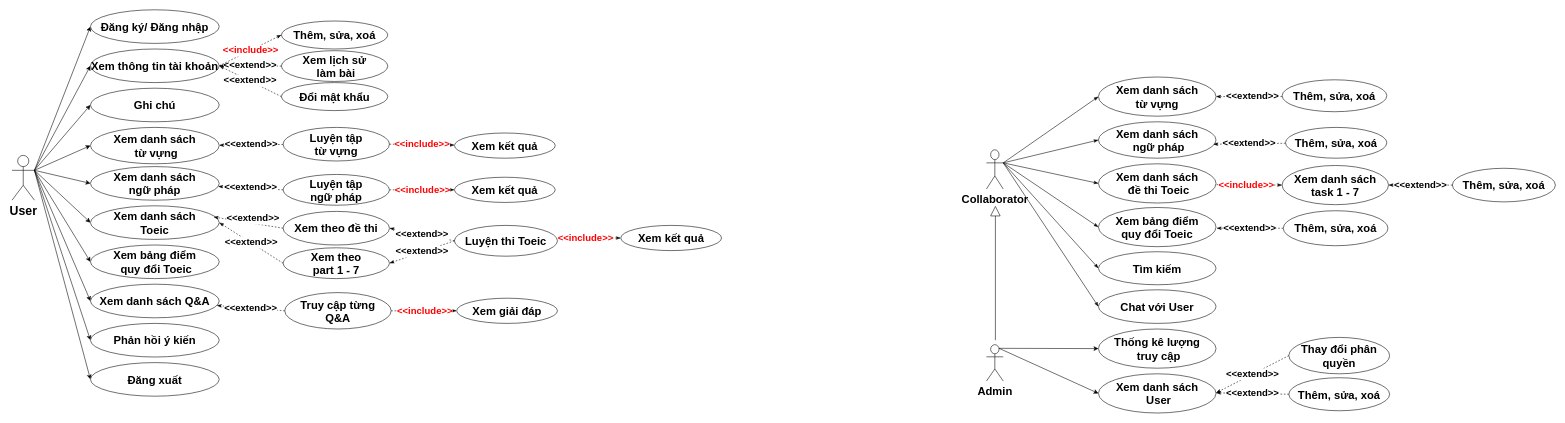
This is page "UCD" (2 of 6) of ToeicTestProjectDiagram.drawio from KimOanh0310/ToeicTestProject, a draw.io file, before an edit. Source tidied: cells renumbered, new cells numbered last; positions are measured from the earlier drawing's top-left corner, leaving out a move shared by most shapes. Both pictures are drawn from the tidied source at 56%, with x=0, y=0 at pixel (12, 10).
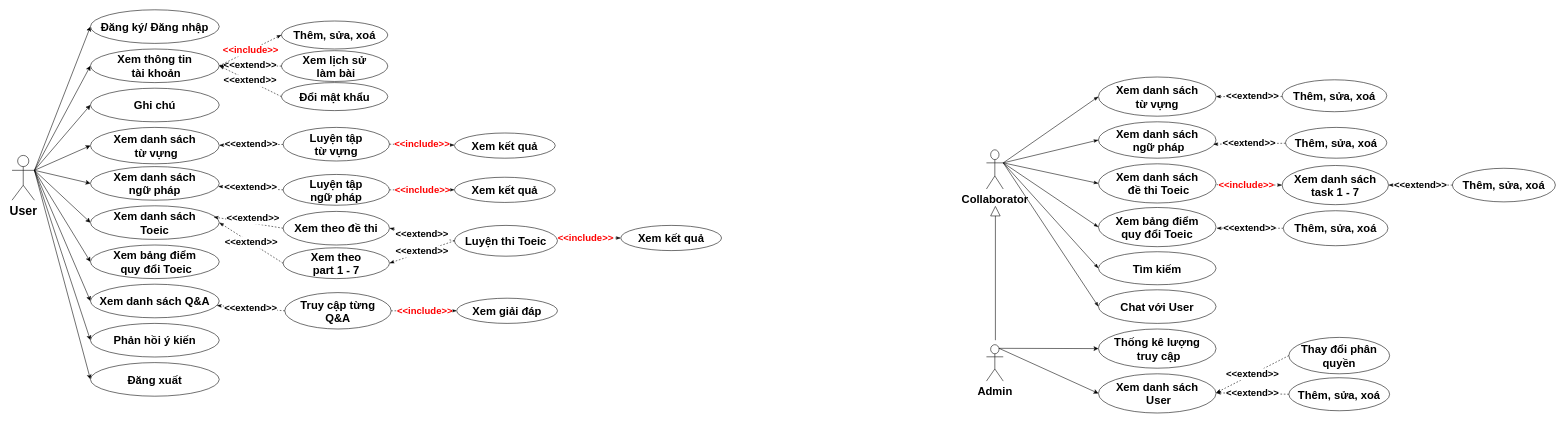
The same page after the edit.

The edit, as a diff of the source:
```diff
@@
-    <mxCell id="14" value="&lt;b style=&quot;font-size: 20px;&quot;&gt;&lt;font style=&quot;font-size: 20px;&quot;&gt;Xem thông tin tài khoản&lt;/font&gt;&lt;/b&gt;" style="ellipse;whiteSpace=wrap;html=1;rounded=0;sketch=0;strokeColor=#000000;fontSize=20;" parent="1" vertex="1">
+    <mxCell id="14" value="&lt;b style=&quot;font-size: 20px;&quot;&gt;&lt;font style=&quot;font-size: 20px;&quot;&gt;Xem thông tin&lt;br&gt;&amp;nbsp;tài khoản&lt;/font&gt;&lt;/b&gt;" style="ellipse;whiteSpace=wrap;html=1;rounded=0;sketch=0;strokeColor=#000000;fontSize=20;" parent="1" vertex="1">
       <mxGeometry x="140" y="70" width="230" height="60" as="geometry" />
     </mxCell>
```
